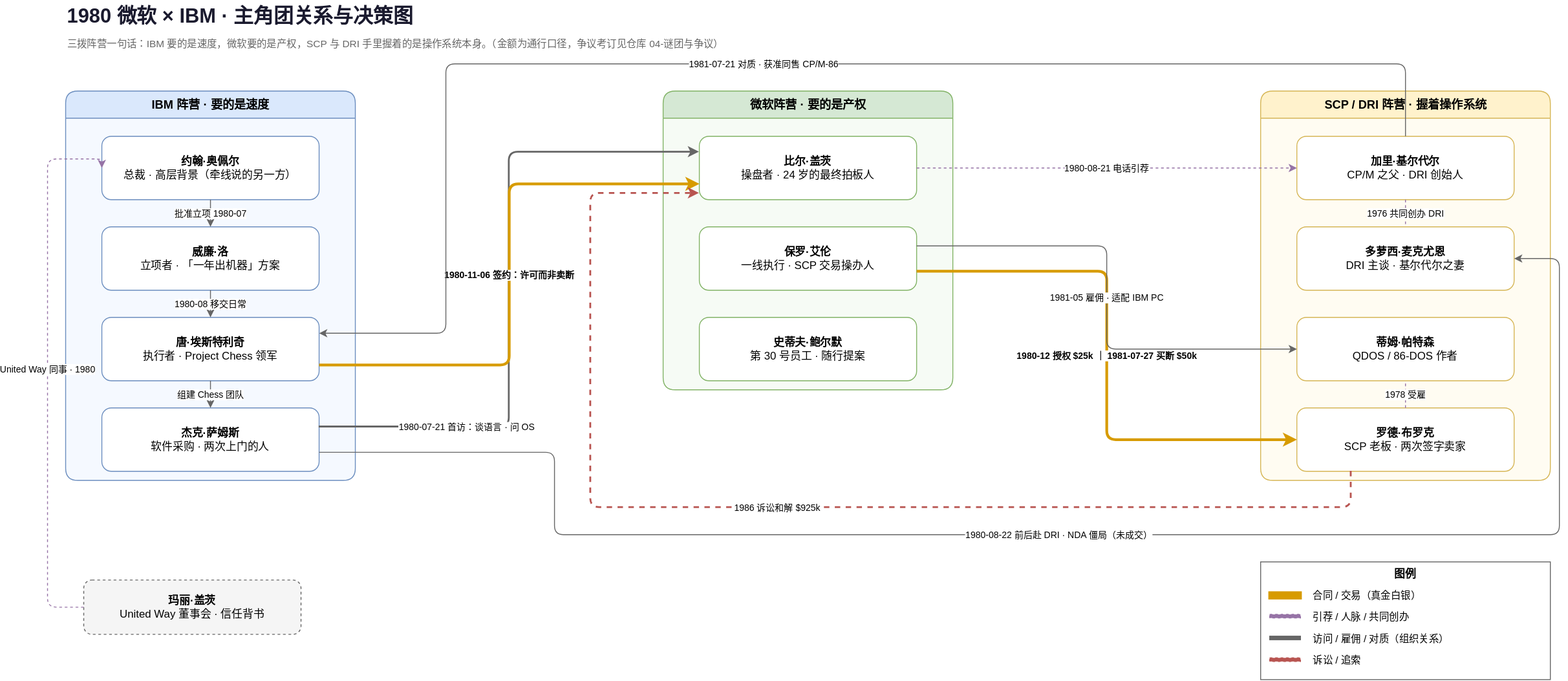
The draw.io diagram 01-人物档案/人物关系图.svg in Artemis-Zeus/microsoft-ibm-1980, before a commit. Source tidied: cells renumbered, new cells last; positions are measured from the earlier drawing's top-left corner, leaving out a move shared by most shapes.
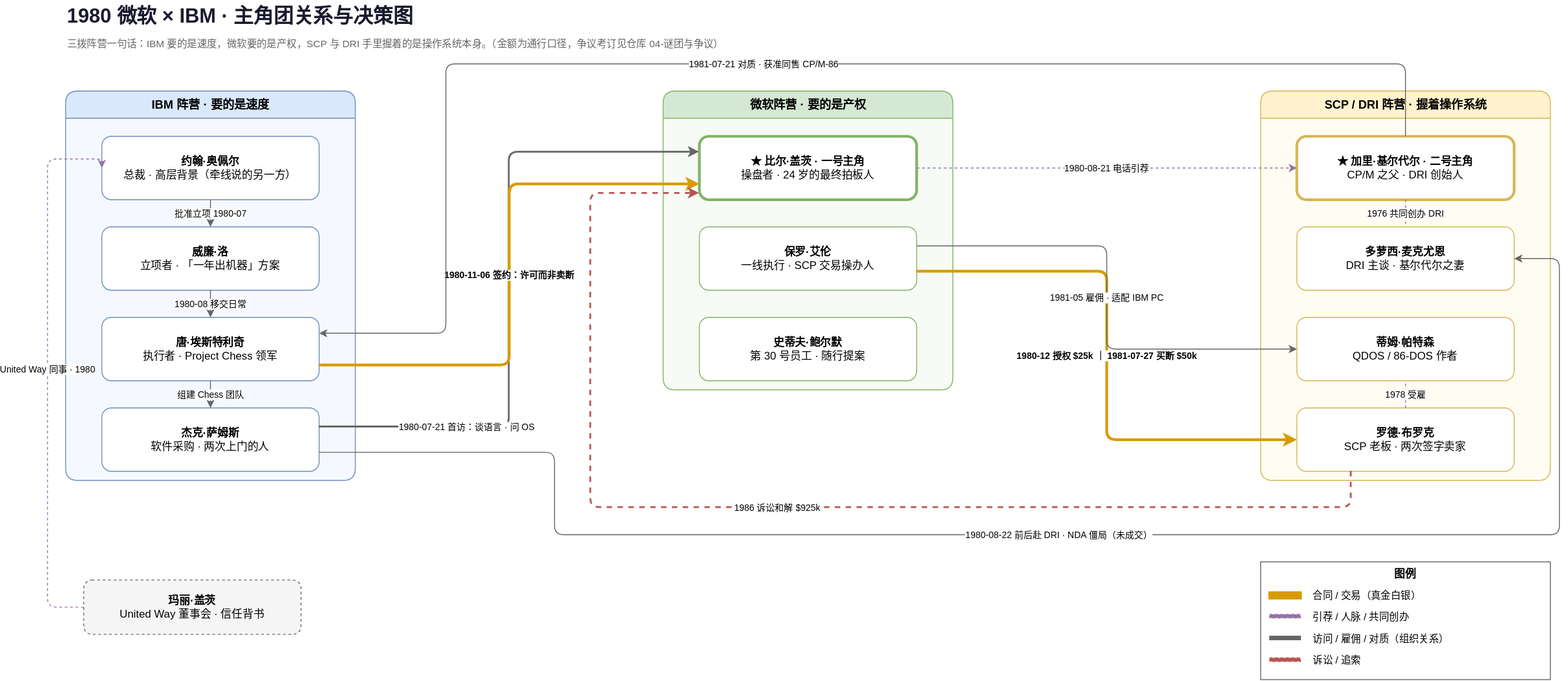
After the commit.

Change to the diagram source:
```diff
@@ -26,7 +26,7 @@
     <mxCell id="9" value="微软阵营 · 要的是产权" style="swimlane;startSize=30;html=1;rounded=1;fillColor=#d5e8d4;strokeColor=#82b366;fontStyle=1;fontSize=13;swimlaneFillColor=#f6fbf5;" parent="1" vertex="1">
       <mxGeometry x="680" y="100" width="320" height="330" as="geometry" />
     </mxCell>
-    <mxCell id="10" value="&lt;b&gt;比尔·盖茨&lt;/b&gt;&#10;操盘者 · 24 岁的最终拍板人" style="rounded=1;whiteSpace=wrap;html=1;fillColor=#ffffff;strokeColor=#82b366;fontSize=12;" parent="9" vertex="1">
+    <mxCell id="10" value="&lt;b&gt;★ 比尔·盖茨 · 一号主角&lt;/b&gt;&#10;操盘者 · 24 岁的最终拍板人" style="rounded=1;whiteSpace=wrap;html=1;fillColor=#ffffff;strokeColor=#82b366;fontSize=12;strokeWidth=3;" parent="9" vertex="1">
       <mxGeometry x="40" y="50" width="240" height="70" as="geometry" />
     </mxCell>
     <mxCell id="11" value="&lt;b&gt;保罗·艾伦&lt;/b&gt;&#10;一线执行 · SCP 交易操办人" style="rounded=1;whiteSpace=wrap;html=1;fillColor=#ffffff;strokeColor=#82b366;fontSize=12;" parent="9" vertex="1">
@@ -38,7 +38,7 @@
     <mxCell id="13" value="SCP / DRI 阵营 · 握着操作系统" style="swimlane;startSize=30;html=1;rounded=1;fillColor=#fff2cc;strokeColor=#d6b656;fontStyle=1;fontSize=13;swimlaneFillColor=#fffcf2;" parent="1" vertex="1">
       <mxGeometry x="1340" y="100" width="320" height="430" as="geometry" />
     </mxCell>
-    <mxCell id="14" value="&lt;b&gt;加里·基尔代尔&lt;/b&gt;&#10;CP/M 之父 · DRI 创始人" style="rounded=1;whiteSpace=wrap;html=1;fillColor=#ffffff;strokeColor=#d6b656;fontSize=12;" parent="13" vertex="1">
+    <mxCell id="14" value="&lt;b&gt;★ 加里·基尔代尔 · 二号主角&lt;/b&gt;&#10;CP/M 之父 · DRI 创始人" style="rounded=1;whiteSpace=wrap;html=1;fillColor=#ffffff;strokeColor=#d6b656;fontSize=12;strokeWidth=3;" parent="13" vertex="1">
       <mxGeometry x="40" y="50" width="240" height="70" as="geometry" />
     </mxCell>
     <mxCell id="15" value="&lt;b&gt;多萝西·麦克尤恩&lt;/b&gt;&#10;DRI 主谈 · 基尔代尔之妻" style="rounded=1;whiteSpace=wrap;html=1;fillColor=#ffffff;strokeColor=#d6b656;fontSize=12;" parent="13" vertex="1">
```
